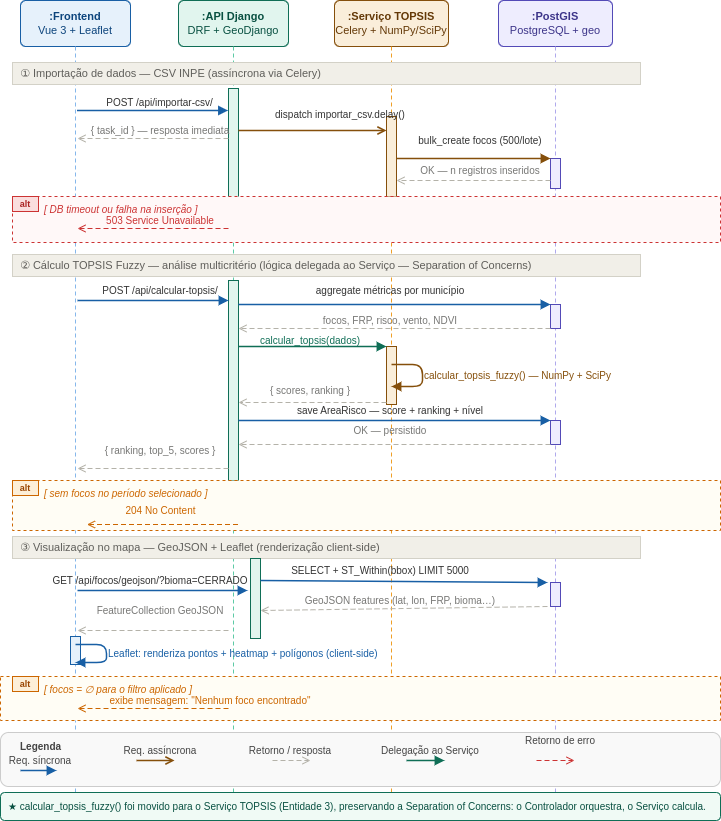
rogeriocerqueira/ignisGeo keeps this draw.io diagram as docs/diagrama-sequencia-ignisGeo-v2.png. Above is the earlier version. Source tidied: cells renumbered, new cells last; positions are measured from the earlier drawing's top-left corner, leaving out a move shared by most shapes.
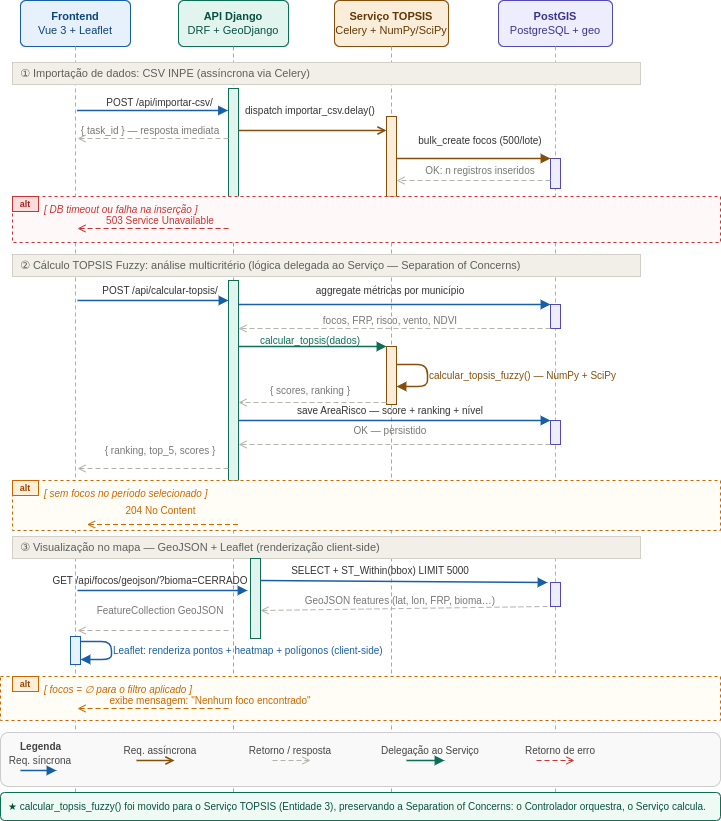
The same diagram one commit later.

The edit, as a diff of the source:
```diff
@@ -2,16 +2,16 @@
   <root>
     <mxCell id="0" />
     <mxCell id="1" parent="0" />
-    <mxCell id="2" value="&lt;b&gt;:Frontend&lt;/b&gt;&lt;br/&gt;Vue 3 + Leaflet" style="rounded=1;whiteSpace=wrap;html=1;fillColor=#E6F1FB;strokeColor=#185FA5;fontColor=#0C447C;fontSize=11;arcSize=12;" parent="1" vertex="1">
+    <mxCell id="2" value="&lt;b&gt;Frontend&lt;/b&gt;&lt;br&gt;Vue 3 + Leaflet" style="rounded=1;whiteSpace=wrap;html=1;fillColor=#E6F1FB;strokeColor=#185FA5;fontColor=#0C447C;fontSize=11;arcSize=12;" parent="1" vertex="1">
       <mxGeometry x="20" width="110" height="46" as="geometry" />
     </mxCell>
-    <mxCell id="3" value="&lt;b&gt;:API Django&lt;/b&gt;&lt;br/&gt;DRF + GeoDjango" style="rounded=1;whiteSpace=wrap;html=1;fillColor=#E1F5EE;strokeColor=#0F6E56;fontColor=#085041;fontSize=11;arcSize=12;" parent="1" vertex="1">
+    <mxCell id="3" value="&lt;b&gt;API Django&lt;/b&gt;&lt;br&gt;DRF + GeoDjango" style="rounded=1;whiteSpace=wrap;html=1;fillColor=#E1F5EE;strokeColor=#0F6E56;fontColor=#085041;fontSize=11;arcSize=12;" parent="1" vertex="1">
       <mxGeometry x="178" width="110" height="46" as="geometry" />
     </mxCell>
-    <mxCell id="4" value="&lt;b&gt;:Serviço TOPSIS&lt;/b&gt;&lt;br/&gt;Celery + NumPy/SciPy" style="rounded=1;whiteSpace=wrap;html=1;fillColor=#FAEEDA;strokeColor=#854F0B;fontColor=#633806;fontSize=11;arcSize=12;" parent="1" vertex="1">
+    <mxCell id="4" value="&lt;b&gt;Serviço TOPSIS&lt;/b&gt;&lt;br&gt;Celery + NumPy/SciPy" style="rounded=1;whiteSpace=wrap;html=1;fillColor=#FAEEDA;strokeColor=#854F0B;fontColor=#633806;fontSize=11;arcSize=12;" parent="1" vertex="1">
       <mxGeometry x="334" width="114" height="46" as="geometry" />
     </mxCell>
-    <mxCell id="5" value="&lt;b&gt;:PostGIS&lt;/b&gt;&lt;br/&gt;PostgreSQL + geo" style="rounded=1;whiteSpace=wrap;html=1;fillColor=#EEEDFE;strokeColor=#534AB7;fontColor=#3C3489;fontSize=11;arcSize=12;" parent="1" vertex="1">
+    <mxCell id="5" value="&lt;b&gt;PostGIS&lt;/b&gt;&lt;br&gt;PostgreSQL + geo" style="rounded=1;whiteSpace=wrap;html=1;fillColor=#EEEDFE;strokeColor=#534AB7;fontColor=#3C3489;fontSize=11;arcSize=12;" parent="1" vertex="1">
       <mxGeometry x="498" width="114" height="46" as="geometry" />
     </mxCell>
     <mxCell id="6" style="endArrow=none;dashed=1;dashPattern=4 3;strokeColor=#85B7EB;strokeWidth=1;" parent="1" edge="1">
@@ -38,7 +38,7 @@
         <mxPoint x="555" y="800" as="targetPoint" />
       </mxGeometry>
     </mxCell>
-    <mxCell id="10" value="① Importação de dados — CSV INPE  (assíncrona via Celery)" style="text;html=1;strokeColor=#D3D1C7;fillColor=#F1EFE8;align=left;verticalAlign=middle;spacingLeft=6;fontSize=11;fontColor=#5F5E5A;" parent="1" vertex="1">
+    <mxCell id="10" value="① Importação de dados: CSV INPE  (assíncrona via Celery)" style="text;html=1;strokeColor=#D3D1C7;fillColor=#F1EFE8;align=left;verticalAlign=middle;spacingLeft=6;fontSize=11;fontColor=#5F5E5A;" parent="1" vertex="1">
       <mxGeometry x="12" y="62" width="628" height="22" as="geometry" />
     </mxCell>
     <mxCell id="11" style="rounded=0;whiteSpace=wrap;html=1;fillColor=#E1F5EE;strokeColor=#0F6E56;strokeWidth=1;" parent="1" vertex="1">
@@ -57,13 +57,13 @@
       </mxGeometry>
     </mxCell>
     <mxCell id="15" value="dispatch importar_csv.delay()" style="endArrow=open;endFill=0;strokeColor=#854F0B;strokeWidth=1.5;fontSize=10;fontColor=#333333;labelBackgroundColor=none;" parent="1" edge="1">
-      <mxGeometry x="0.38" y="16" relative="1" as="geometry">
+      <mxGeometry x="-0.03" y="20" relative="1" as="geometry">
         <mxPoint x="238" y="130" as="sourcePoint" />
         <mxPoint x="386" y="130" as="targetPoint" />
       </mxGeometry>
     </mxCell>
     <mxCell id="16" value="{ task_id } — resposta imediata" style="endArrow=open;endFill=0;dashed=1;dashPattern=5 3;strokeColor=#B4B2A9;strokeWidth=1;fontSize=10;fontColor=#777775;labelBackgroundColor=none;" parent="1" edge="1">
-      <mxGeometry x="-0.1" y="-8" relative="1" as="geometry">
+      <mxGeometry x="0.03" y="-8" relative="1" as="geometry">
         <mxPoint x="228" y="138" as="sourcePoint" />
         <mxPoint x="77" y="138" as="targetPoint" />
       </mxGeometry>
@@ -74,7 +74,7 @@
         <mxPoint x="550" y="158" as="targetPoint" />
       </mxGeometry>
     </mxCell>
-    <mxCell id="18" value="OK — n registros inseridos" style="endArrow=open;endFill=0;dashed=1;dashPattern=5 3;strokeColor=#B4B2A9;strokeWidth=1;fontSize=10;fontColor=#777775;labelBackgroundColor=none;" parent="1" edge="1">
+    <mxCell id="18" value="OK: n registros inseridos" style="endArrow=open;endFill=0;dashed=1;dashPattern=5 3;strokeColor=#B4B2A9;strokeWidth=1;fontSize=10;fontColor=#777775;labelBackgroundColor=none;" parent="1" edge="1">
       <mxGeometry x="-0.09" y="-10" relative="1" as="geometry">
         <mxPoint x="550" y="180" as="sourcePoint" />
         <mxPoint x="396" y="180" as="targetPoint" />
@@ -95,7 +95,7 @@
         <mxPoint x="77" y="228" as="targetPoint" />
       </mxGeometry>
     </mxCell>
-    <mxCell id="23" value="② Cálculo TOPSIS Fuzzy — análise multicritério  (lógica delegada ao Serviço — Separation of Concerns)" style="text;html=1;strokeColor=#D3D1C7;fillColor=#F1EFE8;align=left;verticalAlign=middle;spacingLeft=6;fontSize=11;fontColor=#5F5E5A;" parent="1" vertex="1">
+    <mxCell id="23" value="② Cálculo TOPSIS Fuzzy: análise multicritério  (lógica delegada ao Serviço — Separation of Concerns)" style="text;html=1;strokeColor=#D3D1C7;fillColor=#F1EFE8;align=left;verticalAlign=middle;spacingLeft=6;fontSize=11;fontColor=#5F5E5A;" parent="1" vertex="1">
       <mxGeometry x="12" y="254" width="628" height="22" as="geometry" />
     </mxCell>
     <mxCell id="24" style="rounded=0;whiteSpace=wrap;html=1;fillColor=#E1F5EE;strokeColor=#0F6E56;strokeWidth=1;" parent="1" vertex="1">
@@ -136,11 +136,11 @@
     </mxCell>
     <mxCell id="32" value="calcular_topsis_fuzzy() — NumPy + SciPy" style="endArrow=block;endFill=1;strokeColor=#854F0B;strokeWidth=1.5;fontSize=10;fontColor=#854F0B;labelBackgroundColor=none;align=left;" parent="1" edge="1">
       <mxGeometry relative="1" as="geometry">
-        <mxPoint x="391" y="364" as="sourcePoint" />
-        <mxPoint x="391" y="386" as="targetPoint" />
+        <mxPoint x="396" y="364" as="sourcePoint" />
+        <mxPoint x="396" y="386" as="targetPoint" />
         <Array as="points">
-          <mxPoint x="422" y="364" />
-          <mxPoint x="422" y="386" />
+          <mxPoint x="427" y="364" />
+          <mxPoint x="427" y="386" />
         </Array>
       </mxGeometry>
     </mxCell>
@@ -221,11 +221,11 @@
     </mxCell>
     <mxCell id="49" value="Leaflet: renderiza pontos + heatmap + polígonos (client-side)" style="endArrow=block;endFill=1;strokeColor=#185FA5;strokeWidth=1.5;fontSize=10;fontColor=#185FA5;labelBackgroundColor=none;align=left;" parent="1" edge="1">
       <mxGeometry relative="1" as="geometry">
-        <mxPoint x="75" y="644" as="sourcePoint" />
-        <mxPoint x="75" y="662" as="targetPoint" />
+        <mxPoint x="80" y="641" as="sourcePoint" />
+        <mxPoint x="80" y="659" as="targetPoint" />
         <Array as="points">
-          <mxPoint x="106" y="644" />
-          <mxPoint x="106" y="662" />
+          <mxPoint x="111" y="641" />
+          <mxPoint x="111" y="659" />
         </Array>
       </mxGeometry>
     </mxCell>
@@ -275,7 +275,7 @@
       </mxGeometry>
     </mxCell>
     <mxCell id="60" value="Retorno de erro" style="endArrow=open;endFill=0;dashed=1;dashPattern=5 3;strokeColor=#CC3333;strokeWidth=1;fontSize=10;fontColor=#444444;labelBackgroundColor=none;" parent="1" edge="1">
-      <mxGeometry x="0.26" y="20" relative="1" as="geometry">
+      <mxGeometry x="0.26" y="10" relative="1" as="geometry">
         <mxPoint x="536" y="760" as="sourcePoint" />
         <mxPoint x="574" y="760" as="targetPoint" />
       </mxGeometry>
```
